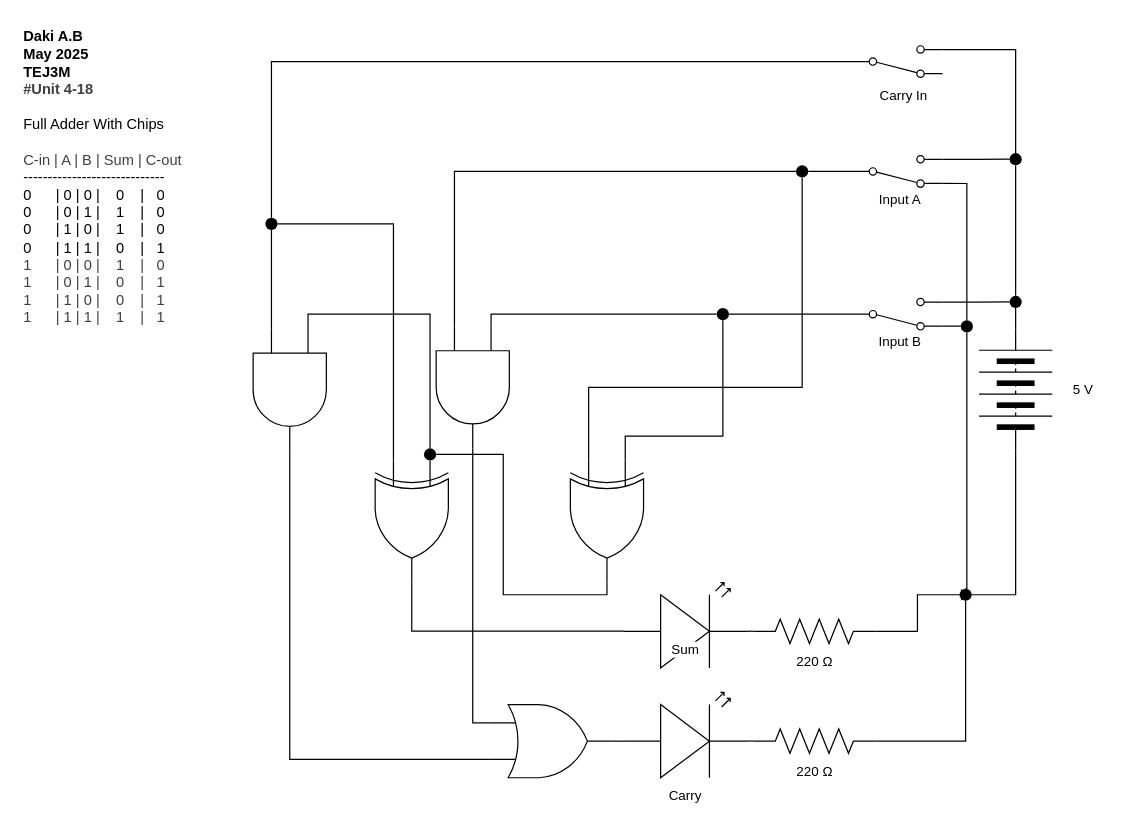
This is Unit-4-18.drawio from daki-atahwalp-antango-boad/TEJ3M-Unit-4, a draw.io file, before an edit. Source tidied: cells renumbered, new cells numbered last; positions are measured from the earlier drawing's top-left corner, leaving out a move shared by most shapes. Both pictures are drawn from the tidied source at 122%, with x=0, y=0 at pixel (21, 21).
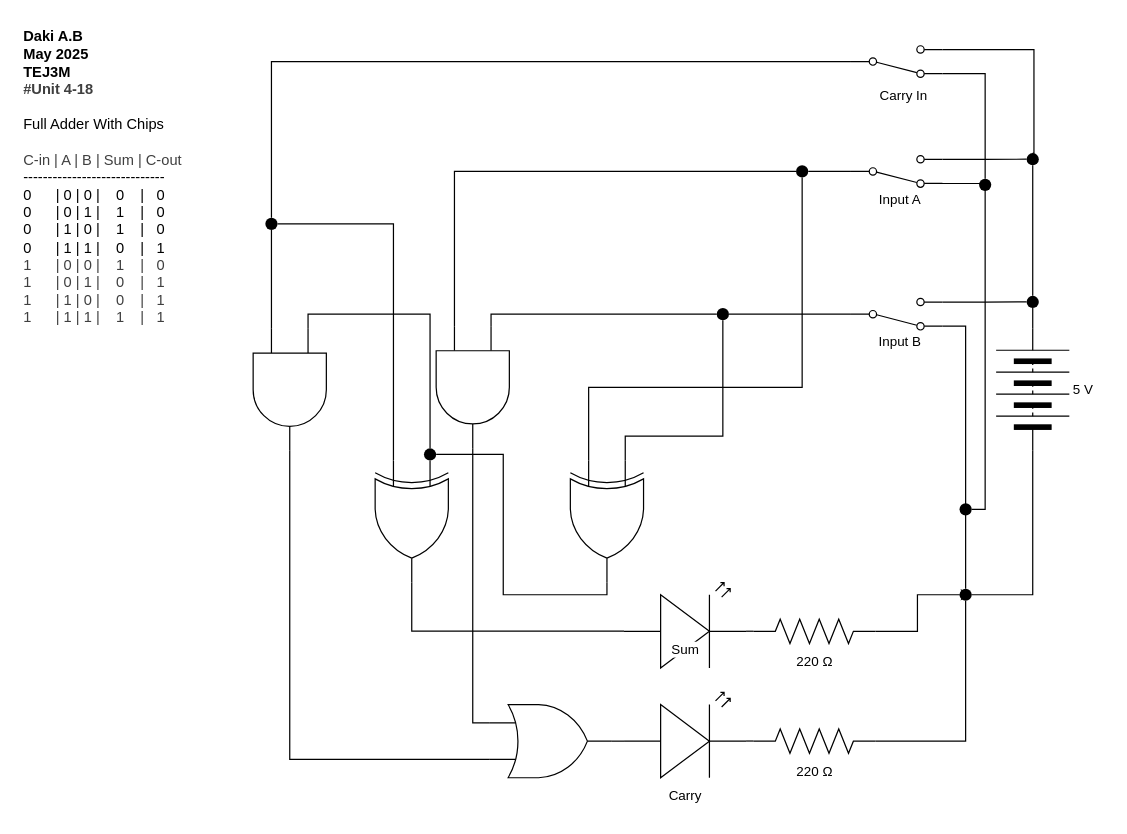
Above is the later version.

Unchanged cells that the change refers to:
```xml
<mxCell id="4" style="html=1;shape=mxgraph.electrical.electro-mechanical.twoWaySwitch;elSwitchState=2;flipH=0;rotation=0;flipV=1;" parent="1" vertex="1">
  <mxGeometry x="680" y="110" width="75" height="26" as="geometry" />
</mxCell>
<mxCell id="8" style="html=1;shape=mxgraph.electrical.electro-mechanical.twoWaySwitch;elSwitchState=2;flipH=0;rotation=0;flipV=1;" parent="1" vertex="1">
  <mxGeometry x="680" y="227" width="75" height="26" as="geometry" />
</mxCell>
<mxCell id="15" style="shape=ellipse;fillColor=light-dark(#000000, #51a8ff);strokeColor=none;html=1;sketch=0;fontFamily=Helvetica;fontSize=11;fontColor=default;labelBackgroundColor=default;" parent="1" vertex="1">
  <mxGeometry x="769" y="465" width="10" height="10" as="geometry" />
</mxCell>
<mxCell id="45" style="html=1;shape=mxgraph.electrical.electro-mechanical.twoWaySwitch;elSwitchState=2;flipH=0;rotation=0;flipV=1;" parent="1" vertex="1">
  <mxGeometry x="680" y="20" width="75" height="26" as="geometry" />
</mxCell>
```

Diff of the diagram source:
```diff
@@
-    <mxCell id="5" style="edgeStyle=orthogonalEdgeStyle;shape=connector;rounded=0;html=1;exitX=1;exitY=0.88;exitDx=0;exitDy=0;entryX=0;entryY=0.5;entryDx=0;entryDy=0;strokeColor=default;align=center;verticalAlign=middle;fontFamily=Helvetica;fontSize=11;fontColor=default;labelBackgroundColor=default;endArrow=none;endFill=0;" parent="1" edge="1" source="8" target="17">
-      <mxGeometry relative="1" as="geometry" />
-    </mxCell>
-    <mxCell id="6" style="edgeStyle=orthogonalEdgeStyle;shape=connector;rounded=0;html=1;exitX=1;exitY=0.12;exitDx=0;exitDy=0;entryX=0;entryY=0.5;entryDx=0;entryDy=0;strokeColor=default;align=center;verticalAlign=middle;fontFamily=Helvetica;fontSize=11;fontColor=default;labelBackgroundColor=default;endArrow=none;endFill=0;" parent="1" edge="1" source="8" target="19">
+    <mxCell id="6" style="shape=connector;rounded=0;html=1;exitX=1;exitY=0.12;exitDx=0;exitDy=0;entryX=0;entryY=0.5;entryDx=0;entryDy=0;strokeColor=default;align=center;verticalAlign=middle;fontFamily=Helvetica;fontSize=11;fontColor=default;labelBackgroundColor=default;endArrow=none;endFill=0;edgeStyle=orthogonalEdgeStyle;" parent="1" edge="1" source="8" target="19">
       <mxGeometry relative="1" as="geometry" />
     </mxCell>
@@
+    <mxCell id="62" style="edgeStyle=orthogonalEdgeStyle;html=1;exitX=1;exitY=0.88;exitDx=0;exitDy=0;entryX=0.5;entryY=0;entryDx=0;entryDy=0;rounded=0;endArrow=none;endFill=0;" parent="1" edge="1" source="8" target="15">
+      <mxGeometry relative="1" as="geometry">
+        <Array as="points">
+          <mxPoint x="774" y="250" />
+        </Array>
+      </mxGeometry>
+    </mxCell>
@@
-    <mxCell id="13" style="edgeStyle=orthogonalEdgeStyle;shape=connector;rounded=0;html=1;exitX=0.5;exitY=0;exitDx=0;exitDy=0;entryX=0.5;entryY=1;entryDx=0;entryDy=0;strokeColor=default;align=center;verticalAlign=middle;fontFamily=Helvetica;fontSize=11;fontColor=default;labelBackgroundColor=default;endArrow=none;endFill=0;" parent="1" edge="1" source="15" target="17">
-      <mxGeometry relative="1" as="geometry">
-        <Array as="points">
-          <mxPoint x="775" y="465" />
-        </Array>
-      </mxGeometry>
-    </mxCell>
@@
-    <mxCell id="16" style="edgeStyle=orthogonalEdgeStyle;shape=connector;rounded=0;html=1;exitX=0.5;exitY=0;exitDx=0;exitDy=0;entryX=1;entryY=0.88;entryDx=0;entryDy=0;strokeColor=default;align=center;verticalAlign=middle;fontFamily=Helvetica;fontSize=11;fontColor=default;labelBackgroundColor=default;endArrow=none;endFill=0;" parent="1" edge="1" source="17" target="4">
-      <mxGeometry relative="1" as="geometry" />
+    <mxCell id="16" style="edgeStyle=orthogonalEdgeStyle;shape=connector;rounded=0;html=1;exitX=1;exitY=0.5;exitDx=0;exitDy=0;entryX=1;entryY=0.88;entryDx=0;entryDy=0;strokeColor=default;align=center;verticalAlign=middle;fontFamily=Helvetica;fontSize=11;fontColor=default;labelBackgroundColor=default;endArrow=none;endFill=0;" parent="1" edge="1" source="65">
+      <mxGeometry relative="1" as="geometry">
+        <mxPoint x="749" y="132.9" as="targetPoint" />
+        <Array as="points">
+          <mxPoint x="790" y="400" />
+          <mxPoint x="790" y="133" />
+        </Array>
+      </mxGeometry>
     </mxCell>
-    <mxCell id="17" style="shape=ellipse;fillColor=light-dark(#000000, #51a8ff);strokeColor=none;html=1;sketch=0;fontFamily=Helvetica;fontSize=11;fontColor=default;labelBackgroundColor=default;" parent="1" vertex="1">
-      <mxGeometry x="770" y="245" width="10" height="10" as="geometry" />
-    </mxCell>
@@
     <mxCell id="19" style="shape=ellipse;fillColor=light-dark(#000000, #51a8ff);strokeColor=none;html=1;sketch=0;fontFamily=Helvetica;fontSize=11;fontColor=default;labelBackgroundColor=default;" parent="1" vertex="1">
-      <mxGeometry x="810" y="225" width="10" height="10" as="geometry" />
+      <mxGeometry x="824" y="225" width="10" height="10" as="geometry" />
     </mxCell>
     <mxCell id="20" style="verticalLabelPosition=bottom;shadow=0;dashed=0;align=center;html=1;verticalAlign=top;shape=mxgraph.electrical.miscellaneous.batteryStack;rotation=-90;" parent="1" vertex="1">
-      <mxGeometry x="765" y="272" width="100" height="60" as="geometry" />
+      <mxGeometry x="779" y="272" width="100" height="60" as="geometry" />
     </mxCell>
@@
+    <mxCell id="63" style="edgeStyle=orthogonalEdgeStyle;html=1;exitX=1;exitY=0.88;exitDx=0;exitDy=0;entryX=0.5;entryY=0;entryDx=0;entryDy=0;rounded=0;endArrow=none;endFill=0;" parent="1" edge="1" source="45" target="64">
+      <mxGeometry relative="1" as="geometry">
+        <Array as="points">
+          <mxPoint x="790" y="43" />
+          <mxPoint x="790" y="128" />
+        </Array>
+      </mxGeometry>
+    </mxCell>
@@
-    <mxCell id="57" style="edgeStyle=orthogonalEdgeStyle;shape=connector;rounded=0;html=1;exitX=0.5;exitY=1;exitDx=0;exitDy=0;entryX=0.5;entryY=0;entryDx=0;entryDy=0;strokeColor=default;align=center;verticalAlign=middle;fontFamily=Helvetica;fontSize=11;fontColor=default;labelBackgroundColor=default;endArrow=none;endFill=0;" parent="1" edge="1" source="59" target="19">
-      <mxGeometry relative="1" as="geometry" />
-    </mxCell>
     <mxCell id="58" style="edgeStyle=orthogonalEdgeStyle;shape=connector;rounded=0;html=1;exitX=0.5;exitY=0;exitDx=0;exitDy=0;entryX=1;entryY=0.12;entryDx=0;entryDy=0;strokeColor=default;align=center;verticalAlign=middle;fontFamily=Helvetica;fontSize=11;fontColor=default;labelBackgroundColor=default;endArrow=none;endFill=0;" parent="1" edge="1" source="59" target="45">
-      <mxGeometry relative="1" as="geometry" />
+      <mxGeometry relative="1" as="geometry">
+        <Array as="points">
+          <mxPoint x="830" y="108" />
+          <mxPoint x="830" y="23" />
+        </Array>
+      </mxGeometry>
     </mxCell>
     <mxCell id="59" style="shape=ellipse;fillColor=light-dark(#000000, #51a8ff);strokeColor=none;html=1;sketch=0;fontFamily=Helvetica;fontSize=11;fontColor=default;labelBackgroundColor=default;" parent="1" vertex="1">
-      <mxGeometry x="810" y="108" width="10" height="10" as="geometry" />
+      <mxGeometry x="824" y="108" width="10" height="10" as="geometry" />
     </mxCell>
@@
+    <mxCell id="64" style="shape=ellipse;fillColor=light-dark(#000000, #51a8ff);strokeColor=none;html=1;sketch=0;fontFamily=Helvetica;fontSize=11;fontColor=default;labelBackgroundColor=default;" parent="1" vertex="1">
+      <mxGeometry x="785" y="129" width="10" height="10" as="geometry" />
+    </mxCell>
+    <mxCell id="65" style="shape=ellipse;fillColor=light-dark(#000000, #51a8ff);strokeColor=none;html=1;sketch=0;fontFamily=Helvetica;fontSize=11;fontColor=default;labelBackgroundColor=default;" parent="1" vertex="1">
+      <mxGeometry x="769" y="395" width="10" height="10" as="geometry" />
+    </mxCell>
+    <mxCell id="57" style="endArrow=none;html=1;rounded=0;endSize=8;startSize=8;sourcePerimeterSpacing=0;targetPerimeterSpacing=0;exitX=0.5;exitY=1;exitDx=0;exitDy=0;entryX=0.5;entryY=0;entryDx=0;entryDy=0;edgeStyle=orthogonalEdgeStyle;endFill=0;" parent="1" edge="1" source="59" target="19">
+      <mxGeometry relative="1" as="geometry" />
+    </mxCell>
```
